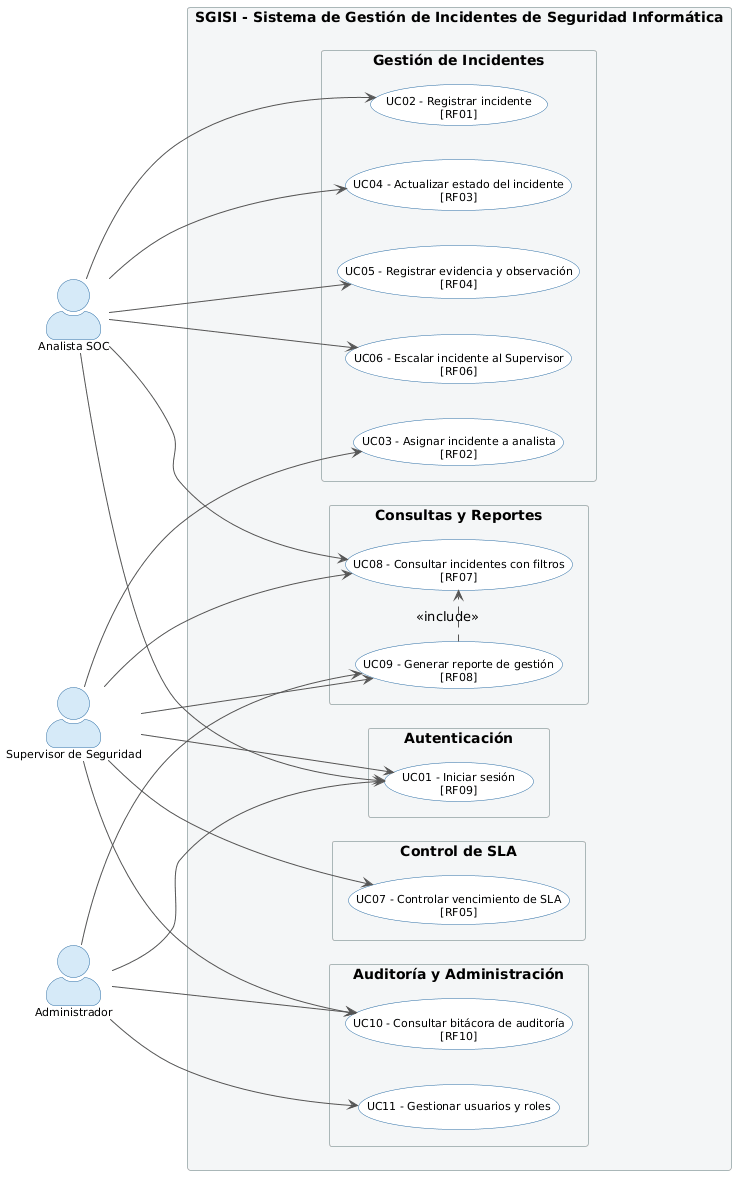
Before: diagramas/diagrama_casos_uso_SGISI.png, a diagram exported from PlantUML (FrancoCarrizoDev/sgisi-banco-regional).
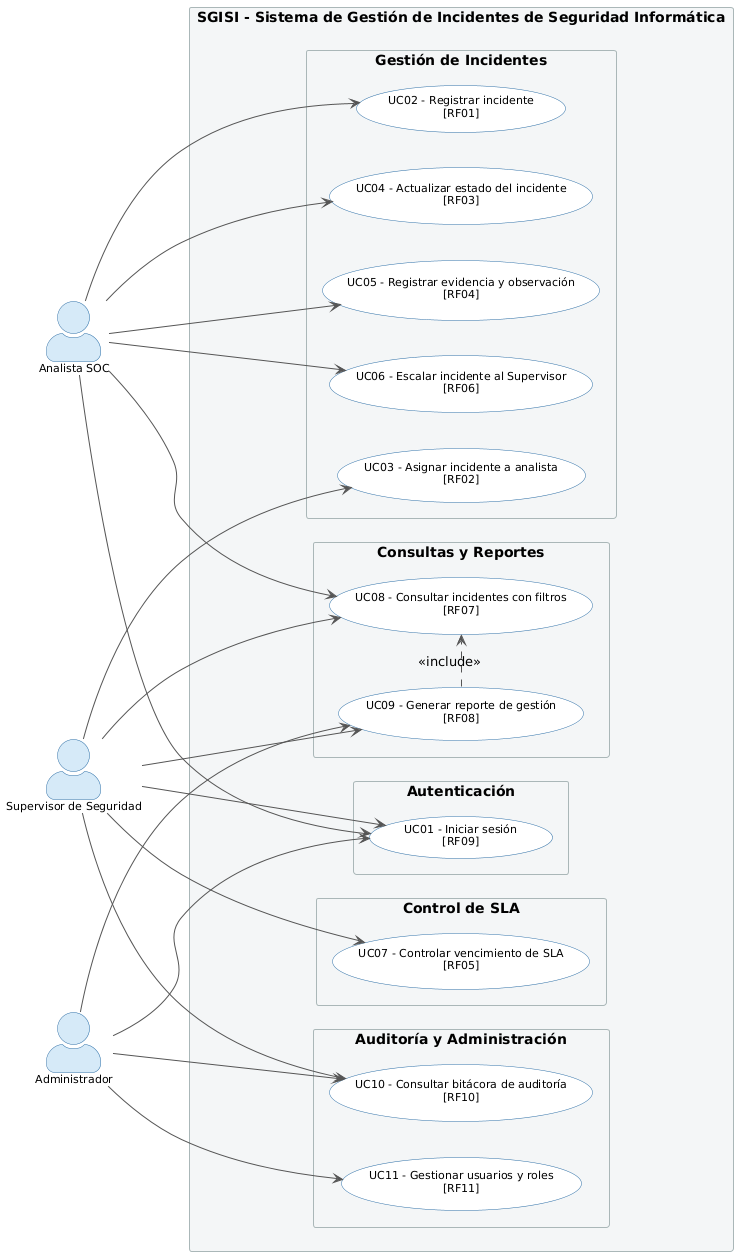
The same diagram one commit later.

Diff of the diagram source:
```diff
@@ -1,4 +1,5 @@
-@startuml
+@startuml SGISI - Diagrama de Casos de Uso
+
 left to right direction
 skinparam packageStyle rectangle
 skinparam actorStyle awesome
@@ -49,7 +50,7 @@
 
   package "Auditoría y Administración" {
     usecase "UC10 - Consultar bitácora de auditoría\n[RF10]" as UC10
-    usecase "UC11 - Gestionar usuarios y roles"               as UC11
+    usecase "UC11 - Gestionar usuarios y roles\n[RF11]"       as UC11
   }
 }
 
@@ -73,4 +74,5 @@
 Admin --> UC11
 
 UC09 .> UC08 : <<include>>
+
 @enduml
```
